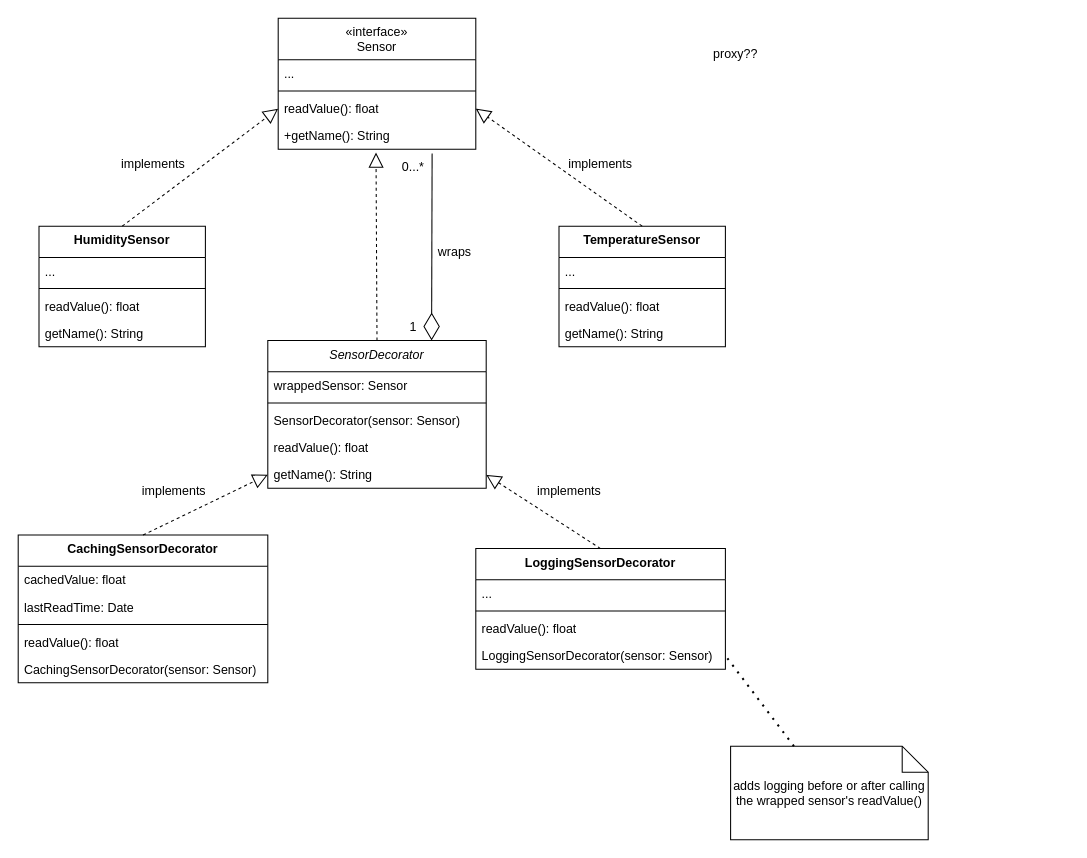
This is decorator.drawio from alfacentaur1/omo_objectModel, a draw.io file, before an edit. Source tidied: cells renumbered, new cells numbered last; positions are measured from the earlier drawing's top-left corner, leaving out a move shared by most shapes. Both pictures are drawn from the tidied source at 104%, with x=0, y=0 at pixel (18, 18).
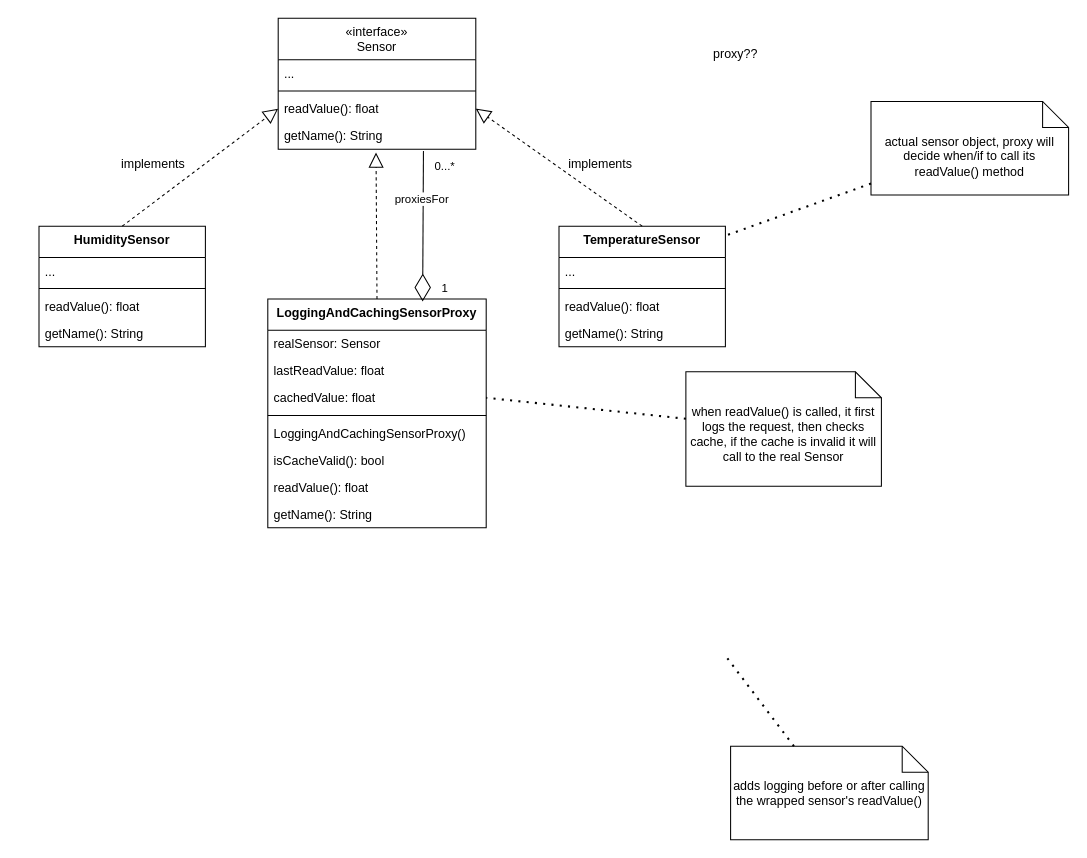
Above is the later version.

Commit message:
Change decorator to proxy (correct I hope xd).

The change refers to these unchanged cells:
```xml
<mxCell id="2" value="&lt;div&gt;&lt;span style=&quot;font-weight: normal;&quot;&gt;«interface»&lt;/span&gt;&lt;/div&gt;&lt;div&gt;&lt;span style=&quot;font-weight: normal;&quot;&gt;Sensor&lt;/span&gt;&lt;/div&gt;" style="swimlane;fontStyle=1;align=center;verticalAlign=top;horizontal=1;startSize=40;whiteSpace=wrap;html=1;" parent="1" vertex="1">
  <mxGeometry x="250" width="190" height="126" as="geometry" />
</mxCell>
<mxCell id="7" value="&lt;div&gt;TemperatureSensor&lt;/div&gt;" style="swimlane;fontStyle=1;align=center;verticalAlign=top;horizontal=1;startSize=30;whiteSpace=wrap;html=1;" parent="1" vertex="1">
  <mxGeometry x="520" y="200" width="160" height="116" as="geometry" />
</mxCell>
<mxCell id="47" value="adds logging before or after calling the wrapped sensor's readValue()" style="shape=note2;boundedLbl=1;whiteSpace=wrap;html=1;size=25;verticalAlign=top;align=center;" parent="1" vertex="1">
  <mxGeometry x="685" y="700" width="190" height="90" as="geometry" />
</mxCell>
```

What changed in the source:
```diff
@@
-    <mxCell id="6" value="+getName(): String" style="text;strokeColor=none;fillColor=none;align=left;verticalAlign=top;spacingLeft=4;spacingRight=4;overflow=hidden;points=[[0,0.5],[1,0.5]];portConstraint=eastwest;whiteSpace=wrap;html=1;" parent="2" vertex="1">
+    <mxCell id="6" value="getName(): String" style="text;strokeColor=none;fillColor=none;align=left;verticalAlign=top;spacingLeft=4;spacingRight=4;overflow=hidden;points=[[0,0.5],[1,0.5]];portConstraint=eastwest;whiteSpace=wrap;html=1;" parent="2" vertex="1">
       <mxGeometry y="100" width="190" height="26" as="geometry" />
     </mxCell>
@@
-    <mxCell id="17" value="&lt;i&gt;SensorDecorator&lt;/i&gt;" style="swimlane;fontStyle=0;align=center;verticalAlign=top;horizontal=1;startSize=30;whiteSpace=wrap;html=1;" parent="1" vertex="1">
-      <mxGeometry x="240" y="310" width="210" height="142" as="geometry" />
+    <mxCell id="17" value="&lt;b&gt;LoggingAndCachingSensorProxy&lt;/b&gt;" style="swimlane;fontStyle=0;align=center;verticalAlign=top;horizontal=1;startSize=30;whiteSpace=wrap;html=1;" parent="1" vertex="1">
+      <mxGeometry x="240" y="270" width="210" height="220" as="geometry" />
     </mxCell>
-    <mxCell id="18" value="wrappedSensor: Sensor" style="text;strokeColor=none;fillColor=none;align=left;verticalAlign=top;spacingLeft=4;spacingRight=4;overflow=hidden;whiteSpace=wrap;html=1;" parent="17" vertex="1">
+    <mxCell id="18" value="realSensor: Sensor" style="text;strokeColor=none;fillColor=none;align=left;verticalAlign=top;spacingLeft=4;spacingRight=4;overflow=hidden;whiteSpace=wrap;html=1;" parent="17" vertex="1">
       <mxGeometry y="30" width="210" height="26" as="geometry" />
     </mxCell>
+    <mxCell id="50" value="lastReadValue: float" style="text;strokeColor=none;fillColor=none;align=left;verticalAlign=top;spacingLeft=4;spacingRight=4;overflow=hidden;whiteSpace=wrap;html=1;" parent="17" vertex="1">
+      <mxGeometry y="56" width="210" height="26" as="geometry" />
+    </mxCell>
+    <mxCell id="29" value="cachedValue: float" style="text;strokeColor=none;fillColor=none;align=left;verticalAlign=top;spacingLeft=4;spacingRight=4;overflow=hidden;points=[[0,0.5],[1,0.5]];portConstraint=eastwest;whiteSpace=wrap;html=1;" parent="17" vertex="1">
+      <mxGeometry y="82" width="210" height="26" as="geometry" />
+    </mxCell>
     <mxCell id="19" style="line;strokeWidth=1;fillColor=none;align=left;verticalAlign=middle;spacingTop=-1;spacingLeft=3;spacingRight=3;labelPosition=right;strokeColor=inherit;" parent="17" vertex="1">
-      <mxGeometry y="56" width="210" height="8" as="geometry" />
+      <mxGeometry y="108" width="210" height="8" as="geometry" />
     </mxCell>
-    <mxCell id="20" value="SensorDecorator(sensor: Sensor)" style="text;strokeColor=none;fillColor=none;align=left;verticalAlign=top;spacingLeft=4;spacingRight=4;overflow=hidden;whiteSpace=wrap;html=1;" parent="17" vertex="1">
-      <mxGeometry y="64" width="210" height="26" as="geometry" />
-    </mxCell>
-    <mxCell id="21" value="readValue(): float" style="text;strokeColor=none;fillColor=none;align=left;verticalAlign=top;spacingLeft=4;spacingRight=4;overflow=hidden;whiteSpace=wrap;html=1;" parent="17" vertex="1">
-      <mxGeometry y="90" width="210" height="26" as="geometry" />
+    <mxCell id="21" value="LoggingAndCachingSensorProxy()" style="text;strokeColor=none;fillColor=none;align=left;verticalAlign=top;spacingLeft=4;spacingRight=4;overflow=hidden;whiteSpace=wrap;html=1;" parent="17" vertex="1">
+      <mxGeometry y="116" width="210" height="26" as="geometry" />
     </mxCell>
+    <mxCell id="51" value="isCacheValid(): bool" style="text;strokeColor=none;fillColor=none;align=left;verticalAlign=top;spacingLeft=4;spacingRight=4;overflow=hidden;whiteSpace=wrap;html=1;" parent="17" vertex="1">
+      <mxGeometry y="142" width="210" height="26" as="geometry" />
+    </mxCell>
+    <mxCell id="52" value="readValue(): float" style="text;strokeColor=none;fillColor=none;align=left;verticalAlign=top;spacingLeft=4;spacingRight=4;overflow=hidden;whiteSpace=wrap;html=1;" parent="17" vertex="1">
+      <mxGeometry y="168" width="210" height="26" as="geometry" />
+    </mxCell>
     <mxCell id="22" value="getName(): String" style="text;strokeColor=none;fillColor=none;align=left;verticalAlign=top;spacingLeft=4;spacingRight=4;overflow=hidden;points=[[0,0.5],[1,0.5]];portConstraint=eastwest;whiteSpace=wrap;html=1;" parent="17" vertex="1">
-      <mxGeometry y="116" width="210" height="26" as="geometry" />
+      <mxGeometry y="194" width="210" height="26" as="geometry" />
     </mxCell>
-    <mxCell id="23" value="LoggingSensorDecorator" style="swimlane;fontStyle=1;align=center;verticalAlign=top;horizontal=1;startSize=30;whiteSpace=wrap;html=1;" parent="1" vertex="1">
-      <mxGeometry x="440" y="510" width="240" height="116" as="geometry" />
-    </mxCell>
-    <mxCell id="24" value="..." style="text;strokeColor=none;fillColor=none;align=left;verticalAlign=top;spacingLeft=4;spacingRight=4;overflow=hidden;whiteSpace=wrap;html=1;" parent="23" vertex="1">
-      <mxGeometry y="30" width="240" height="26" as="geometry" />
-    </mxCell>
-    <mxCell id="25" style="line;strokeWidth=1;fillColor=none;align=left;verticalAlign=middle;spacingTop=-1;spacingLeft=3;spacingRight=3;labelPosition=right;strokeColor=inherit;" parent="23" vertex="1">
-      <mxGeometry y="56" width="240" height="8" as="geometry" />
-    </mxCell>
-    <mxCell id="26" value="readValue(): float" style="text;strokeColor=none;fillColor=none;align=left;verticalAlign=top;spacingLeft=4;spacingRight=4;overflow=hidden;whiteSpace=wrap;html=1;" parent="23" vertex="1">
-      <mxGeometry y="64" width="240" height="26" as="geometry" />
-    </mxCell>
-    <mxCell id="27" value="LoggingSensorDecorator(sensor: Sensor)" style="text;strokeColor=none;fillColor=none;align=left;verticalAlign=top;spacingLeft=4;spacingRight=4;overflow=hidden;points=[[0,0.5],[1,0.5]];portConstraint=eastwest;whiteSpace=wrap;html=1;" parent="23" vertex="1">
-      <mxGeometry y="90" width="240" height="26" as="geometry" />
-    </mxCell>
-    <mxCell id="28" value="CachingSensorDecorator" style="swimlane;fontStyle=1;align=center;verticalAlign=top;horizontal=1;startSize=30;whiteSpace=wrap;html=1;" parent="1" vertex="1">
-      <mxGeometry y="497" width="240" height="142" as="geometry" />
-    </mxCell>
-    <mxCell id="29" value="cachedValue: float" style="text;strokeColor=none;fillColor=none;align=left;verticalAlign=top;spacingLeft=4;spacingRight=4;overflow=hidden;points=[[0,0.5],[1,0.5]];portConstraint=eastwest;whiteSpace=wrap;html=1;" parent="28" vertex="1">
-      <mxGeometry y="30" width="240" height="26" as="geometry" />
-    </mxCell>
-    <mxCell id="30" value="lastReadTime: Date" style="text;strokeColor=none;fillColor=none;align=left;verticalAlign=top;spacingLeft=4;spacingRight=4;overflow=hidden;whiteSpace=wrap;html=1;" parent="28" vertex="1">
-      <mxGeometry y="56" width="240" height="26" as="geometry" />
-    </mxCell>
-    <mxCell id="31" style="line;strokeWidth=1;fillColor=none;align=left;verticalAlign=middle;spacingTop=-1;spacingLeft=3;spacingRight=3;labelPosition=right;strokeColor=inherit;" parent="28" vertex="1">
-      <mxGeometry y="82" width="240" height="8" as="geometry" />
-    </mxCell>
-    <mxCell id="32" value="readValue(): float" style="text;strokeColor=none;fillColor=none;align=left;verticalAlign=top;spacingLeft=4;spacingRight=4;overflow=hidden;whiteSpace=wrap;html=1;" parent="28" vertex="1">
-      <mxGeometry y="90" width="240" height="26" as="geometry" />
-    </mxCell>
-    <mxCell id="33" value="CachingSensorDecorator(sensor: Sensor)" style="text;strokeColor=none;fillColor=none;align=left;verticalAlign=top;spacingLeft=4;spacingRight=4;overflow=hidden;whiteSpace=wrap;html=1;" parent="28" vertex="1">
-      <mxGeometry y="116" width="240" height="26" as="geometry" />
-    </mxCell>
@@
-    <mxCell id="37" style="endArrow=diamondThin;endFill=0;endSize=24;html=1;rounded=0;entryX=0.75;entryY=0;entryDx=0;entryDy=0;" parent="1" edge="1" target="17">
-      <mxGeometry relative="1" as="geometry">
-        <mxPoint x="398" y="130" as="sourcePoint" />
-      </mxGeometry>
-    </mxCell>
-    <mxCell id="38" value="wraps" style="text;html=1;whiteSpace=wrap;strokeColor=none;fillColor=none;align=center;verticalAlign=middle;rounded=0;" parent="1" vertex="1">
-      <mxGeometry x="390" y="210" width="60" height="30" as="geometry" />
-    </mxCell>
-    <mxCell id="39" value="&lt;font style=&quot;font-size: 12px;&quot;&gt;1&lt;/font&gt;" style="text;html=1;whiteSpace=wrap;strokeColor=none;fillColor=none;align=center;verticalAlign=middle;rounded=0;fontSize=16;" parent="1" vertex="1">
-      <mxGeometry x="350" y="280" width="60" height="30" as="geometry" />
-    </mxCell>
-    <mxCell id="40" value="&lt;font style=&quot;font-size: 12px;&quot;&gt;0...*&lt;/font&gt;" style="text;html=1;whiteSpace=wrap;strokeColor=none;fillColor=none;align=center;verticalAlign=middle;rounded=0;fontSize=16;" parent="1" vertex="1">
-      <mxGeometry x="350" y="126" width="60" height="30" as="geometry" />
-    </mxCell>
@@
-    <mxCell id="43" style="endArrow=block;dashed=1;endFill=0;endSize=12;html=1;rounded=0;entryX=1;entryY=0.5;entryDx=0;entryDy=0;exitX=0.5;exitY=0;exitDx=0;exitDy=0;" parent="1" edge="1" source="23" target="22">
-      <mxGeometry relative="1" as="geometry" />
-    </mxCell>
-    <mxCell id="44" style="endArrow=block;dashed=1;endFill=0;endSize=12;html=1;rounded=0;entryX=0;entryY=0.5;entryDx=0;entryDy=0;exitX=0.5;exitY=0;exitDx=0;exitDy=0;" parent="1" edge="1" source="28" target="22">
-      <mxGeometry relative="1" as="geometry" />
-    </mxCell>
-    <mxCell id="45" value="implements" style="text;html=1;whiteSpace=wrap;strokeColor=none;fillColor=none;align=center;verticalAlign=middle;rounded=0;" parent="1" vertex="1">
-      <mxGeometry x="120" y="440" width="60" height="30" as="geometry" />
-    </mxCell>
-    <mxCell id="46" value="implements" style="text;html=1;whiteSpace=wrap;strokeColor=none;fillColor=none;align=center;verticalAlign=middle;rounded=0;" parent="1" vertex="1">
-      <mxGeometry x="500" y="440" width="60" height="30" as="geometry" />
-    </mxCell>
@@
-    <mxCell id="48" style="endArrow=none;dashed=1;html=1;dashPattern=1 3;strokeWidth=2;rounded=0;entryX=1;entryY=0.5;entryDx=0;entryDy=0;" parent="1" edge="1" source="47" target="27">
-      <mxGeometry relative="1" as="geometry" />
+    <mxCell id="48" style="endArrow=none;dashed=1;html=1;dashPattern=1 3;strokeWidth=2;rounded=0;entryX=1;entryY=0.5;entryDx=0;entryDy=0;" parent="1" edge="1" source="47">
+      <mxGeometry relative="1" as="geometry">
+        <mxPoint x="680" y="613" as="targetPoint" />
+      </mxGeometry>
     </mxCell>
@@
+    <mxCell id="53" value="actual sensor object, proxy will decide when/if to call its readValue() method" style="shape=note2;boundedLbl=1;whiteSpace=wrap;html=1;size=25;verticalAlign=top;align=center;" parent="1" vertex="1">
+      <mxGeometry x="820" y="80" width="190" height="90" as="geometry" />
+    </mxCell>
+    <mxCell id="54" style="endArrow=none;dashed=1;html=1;dashPattern=1 3;strokeWidth=2;rounded=0;entryX=0.985;entryY=0.086;entryDx=0;entryDy=0;entryPerimeter=0;" parent="1" edge="1" source="53" target="7">
+      <mxGeometry relative="1" as="geometry" />
+    </mxCell>
+    <mxCell id="55" value="when readValue() is called, it first logs the request, then checks cache, if the cache is invalid it will call to the real Sensor" style="shape=note2;boundedLbl=1;whiteSpace=wrap;html=1;size=25;verticalAlign=top;align=center;" parent="1" vertex="1">
+      <mxGeometry x="642" y="340" width="188" height="110" as="geometry" />
+    </mxCell>
+    <mxCell id="56" style="endArrow=none;dashed=1;html=1;dashPattern=1 3;strokeWidth=2;rounded=0;entryX=1;entryY=0.5;entryDx=0;entryDy=0;" parent="1" edge="1" source="55" target="29">
+      <mxGeometry relative="1" as="geometry" />
+    </mxCell>
+    <mxCell id="57" style="endArrow=diamondThin;endFill=0;endSize=24;html=1;rounded=0;exitX=0.735;exitY=1.062;exitDx=0;exitDy=0;exitPerimeter=0;entryX=0.709;entryY=0.011;entryDx=0;entryDy=0;entryPerimeter=0;" parent="1" edge="1" source="6" target="17">
+      <mxGeometry relative="1" as="geometry" />
+    </mxCell>
+    <mxCell id="58" value="proxiesFor" style="edgeLabel;html=1;align=center;verticalAlign=middle;" parent="57" vertex="1">
+      <mxGeometry x="-0.36" y="-2" relative="1" as="geometry" />
+    </mxCell>
+    <mxCell id="40" value="0...*" style="edgeLabel;html=1;align=center;verticalAlign=middle;" parent="57" vertex="1">
+      <mxGeometry x="-0.8" y="2" relative="1" as="geometry">
+        <mxPoint x="18" as="offset" />
+      </mxGeometry>
+    </mxCell>
+    <mxCell id="39" value="1" style="edgeLabel;html=1;align=center;verticalAlign=middle;" parent="57" vertex="1">
+      <mxGeometry x="0.82" y="-1" relative="1" as="geometry">
+        <mxPoint x="22" as="offset" />
+      </mxGeometry>
+    </mxCell>
```
